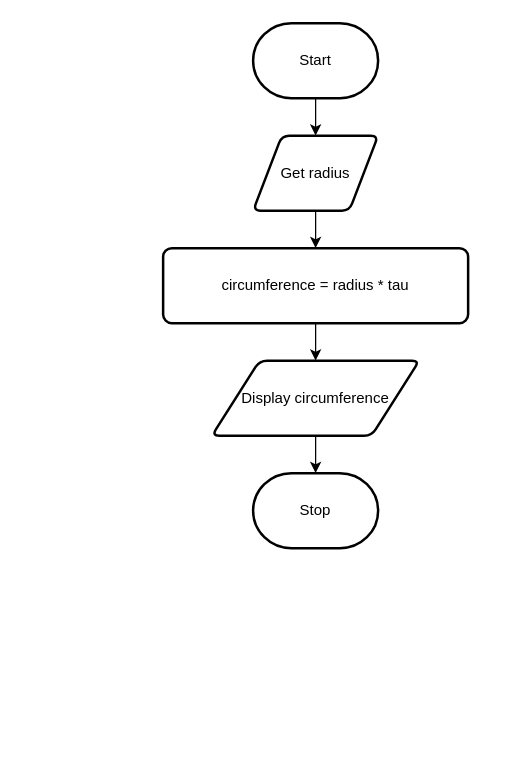
The draw.io diagram page "Flowchart" (2 of 2) of design.drawio in Samuel-Webster-178/ICS3U-Unit4-Unit4-06-Python, before the edit. Source tidied: cells renumbered, new cells numbered last; positions are measured from the earlier drawing's top-left corner, leaving out a move shared by most shapes. Both pictures are drawn from the tidied source at 125%, with x=0, y=0 at pixel (162, 22).
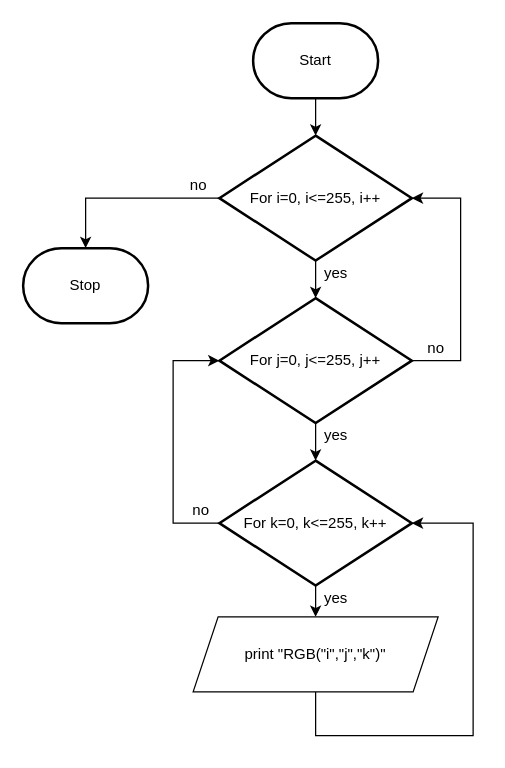
The same page after the edit.

The change refers to these unchanged cells:
```xml
<mxCell id="3" value="Start" style="strokeWidth=2;html=1;shape=mxgraph.flowchart.terminator;whiteSpace=wrap;" parent="1" vertex="1">
  <mxGeometry x="72" width="100" height="60" as="geometry" />
</mxCell>
```

Diff of the diagram source:
```diff
@@
-    <mxCell id="2" style="edgeStyle=none;html=1;" parent="1" edge="1" source="3" target="5">
-      <mxGeometry relative="1" as="geometry" />
+    <mxCell id="2" style="edgeStyle=none;html=1;" parent="1" edge="1" source="3">
+      <mxGeometry relative="1" as="geometry">
+        <mxPoint x="122" y="90" as="targetPoint" />
+      </mxGeometry>
     </mxCell>
@@
-    <mxCell id="4" style="edgeStyle=none;html=1;" parent="1" edge="1" source="5" target="7">
-      <mxGeometry relative="1" as="geometry" />
-    </mxCell>
-    <mxCell id="5" value="Get radius" style="shape=parallelogram;html=1;strokeWidth=2;perimeter=parallelogramPerimeter;whiteSpace=wrap;rounded=1;arcSize=12;size=0.23;" parent="1" vertex="1">
-      <mxGeometry x="72" y="90" width="100" height="60" as="geometry" />
-    </mxCell>
-    <mxCell id="6" style="edgeStyle=none;html=1;" parent="1" edge="1" source="7" target="9">
-      <mxGeometry relative="1" as="geometry" />
-    </mxCell>
-    <mxCell id="7" value="circumference = radius * tau" style="rounded=1;whiteSpace=wrap;html=1;absoluteArcSize=1;arcSize=14;strokeWidth=2;" parent="1" vertex="1">
-      <mxGeometry y="180" width="244" height="60" as="geometry" />
-    </mxCell>
-    <mxCell id="8" style="edgeStyle=none;html=1;" parent="1" edge="1" source="9" target="10">
-      <mxGeometry relative="1" as="geometry" />
-    </mxCell>
-    <mxCell id="9" value="Display circumference" style="shape=parallelogram;html=1;strokeWidth=2;perimeter=parallelogramPerimeter;whiteSpace=wrap;rounded=1;arcSize=12;size=0.23;" parent="1" vertex="1">
-      <mxGeometry x="39" y="270" width="166" height="60" as="geometry" />
-    </mxCell>
     <mxCell id="10" value="Stop" style="strokeWidth=2;html=1;shape=mxgraph.flowchart.terminator;whiteSpace=wrap;" parent="1" vertex="1">
-      <mxGeometry x="72" y="360" width="100" height="60" as="geometry" />
+      <mxGeometry x="-112" y="180" width="100" height="60" as="geometry" />
     </mxCell>
+    <mxCell id="11" style="edgeStyle=none;html=1;" parent="1" edge="1" source="13" target="16">
+      <mxGeometry relative="1" as="geometry" />
+    </mxCell>
+    <mxCell id="12" style="edgeStyle=orthogonalEdgeStyle;rounded=0;html=1;entryX=0.5;entryY=0;entryDx=0;entryDy=0;entryPerimeter=0;" parent="1" edge="1" source="13" target="10">
+      <mxGeometry relative="1" as="geometry" />
+    </mxCell>
+    <mxCell id="13" value="For i=0, i&amp;lt;=255, i++" style="strokeWidth=2;html=1;shape=mxgraph.flowchart.decision;whiteSpace=wrap;" parent="1" vertex="1">
+      <mxGeometry x="45" y="90" width="154" height="100" as="geometry" />
+    </mxCell>
+    <mxCell id="14" style="edgeStyle=none;html=1;" parent="1" edge="1" source="16" target="19">
+      <mxGeometry relative="1" as="geometry" />
+    </mxCell>
+    <mxCell id="15" style="edgeStyle=orthogonalEdgeStyle;rounded=0;html=1;entryX=1;entryY=0.5;entryDx=0;entryDy=0;entryPerimeter=0;" parent="1" edge="1" source="16" target="13">
+      <mxGeometry relative="1" as="geometry">
+        <Array as="points">
+          <mxPoint x="238" y="270" />
+          <mxPoint x="238" y="140" />
+        </Array>
+      </mxGeometry>
+    </mxCell>
+    <mxCell id="16" value="For j=0, j&amp;lt;=255, j++" style="strokeWidth=2;html=1;shape=mxgraph.flowchart.decision;whiteSpace=wrap;" parent="1" vertex="1">
+      <mxGeometry x="45" y="220" width="154" height="100" as="geometry" />
+    </mxCell>
+    <mxCell id="17" style="edgeStyle=none;html=1;" parent="1" edge="1" source="19" target="21">
+      <mxGeometry relative="1" as="geometry" />
+    </mxCell>
+    <mxCell id="18" style="edgeStyle=orthogonalEdgeStyle;rounded=0;html=1;entryX=0;entryY=0.5;entryDx=0;entryDy=0;entryPerimeter=0;" parent="1" edge="1" source="19" target="16">
+      <mxGeometry relative="1" as="geometry">
+        <Array as="points">
+          <mxPoint x="8" y="400" />
+          <mxPoint x="8" y="270" />
+        </Array>
+      </mxGeometry>
+    </mxCell>
+    <mxCell id="19" value="For k=0, k&amp;lt;=255, k++" style="strokeWidth=2;html=1;shape=mxgraph.flowchart.decision;whiteSpace=wrap;" parent="1" vertex="1">
+      <mxGeometry x="45" y="350" width="154" height="100" as="geometry" />
+    </mxCell>
+    <mxCell id="20" style="edgeStyle=orthogonalEdgeStyle;html=1;entryX=1;entryY=0.5;entryDx=0;entryDy=0;entryPerimeter=0;rounded=0;" parent="1" edge="1" source="21" target="19">
+      <mxGeometry relative="1" as="geometry">
+        <Array as="points">
+          <mxPoint x="122" y="570" />
+          <mxPoint x="248" y="570" />
+          <mxPoint x="248" y="400" />
+        </Array>
+      </mxGeometry>
+    </mxCell>
+    <mxCell id="21" value="print &quot;RGB(&quot;i&quot;,&quot;j&quot;,&quot;k&quot;)&quot;" style="shape=parallelogram;perimeter=parallelogramPerimeter;whiteSpace=wrap;html=1;fixedSize=1;" parent="1" vertex="1">
+      <mxGeometry x="24" y="475" width="196" height="60" as="geometry" />
+    </mxCell>
+    <mxCell id="22" value="yes" style="text;html=1;align=center;verticalAlign=middle;strokeColor=none;fillColor=none;" parent="1" vertex="1">
+      <mxGeometry x="123" y="450" width="30" height="20" as="geometry" />
+    </mxCell>
+    <mxCell id="23" value="yes" style="text;html=1;align=center;verticalAlign=middle;strokeColor=none;fillColor=none;" parent="1" vertex="1">
+      <mxGeometry x="123" y="320" width="30" height="20" as="geometry" />
+    </mxCell>
+    <mxCell id="24" value="yes" style="text;html=1;align=center;verticalAlign=middle;strokeColor=none;fillColor=none;" parent="1" vertex="1">
+      <mxGeometry x="123" y="190" width="30" height="20" as="geometry" />
+    </mxCell>
+    <mxCell id="25" value="no" style="text;html=1;align=center;verticalAlign=middle;strokeColor=none;fillColor=none;" parent="1" vertex="1">
+      <mxGeometry x="203" y="250" width="30" height="20" as="geometry" />
+    </mxCell>
+    <mxCell id="26" value="no" style="text;html=1;align=center;verticalAlign=middle;strokeColor=none;fillColor=none;" parent="1" vertex="1">
+      <mxGeometry x="13" y="120" width="30" height="20" as="geometry" />
+    </mxCell>
+    <mxCell id="27" value="no" style="text;html=1;align=center;verticalAlign=middle;strokeColor=none;fillColor=none;" parent="1" vertex="1">
+      <mxGeometry x="15" y="380" width="30" height="20" as="geometry" />
+    </mxCell>
```
